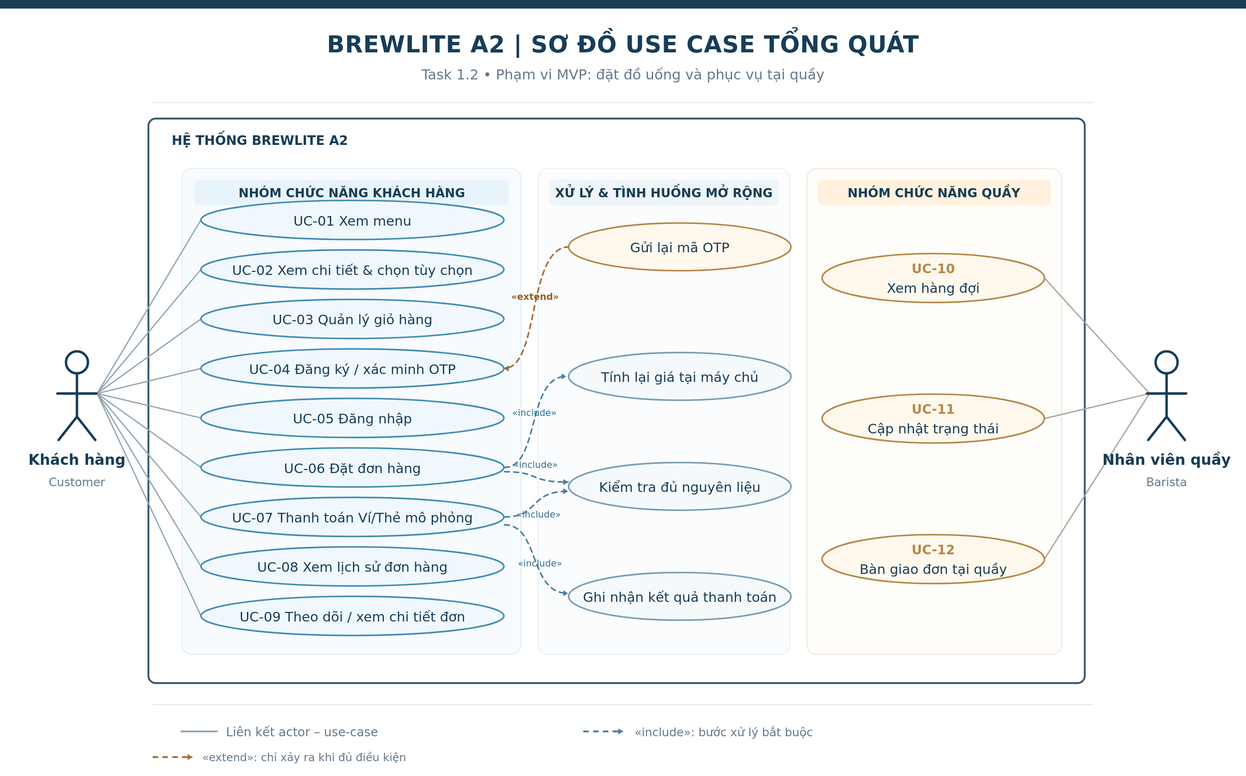
The PlantUML diagram docs/diagrams/use-case-overview.svg in letan01012006/BrewliteA2, before a commit. Its source is kept beside it as docs/diagrams/use-case-overview.puml.
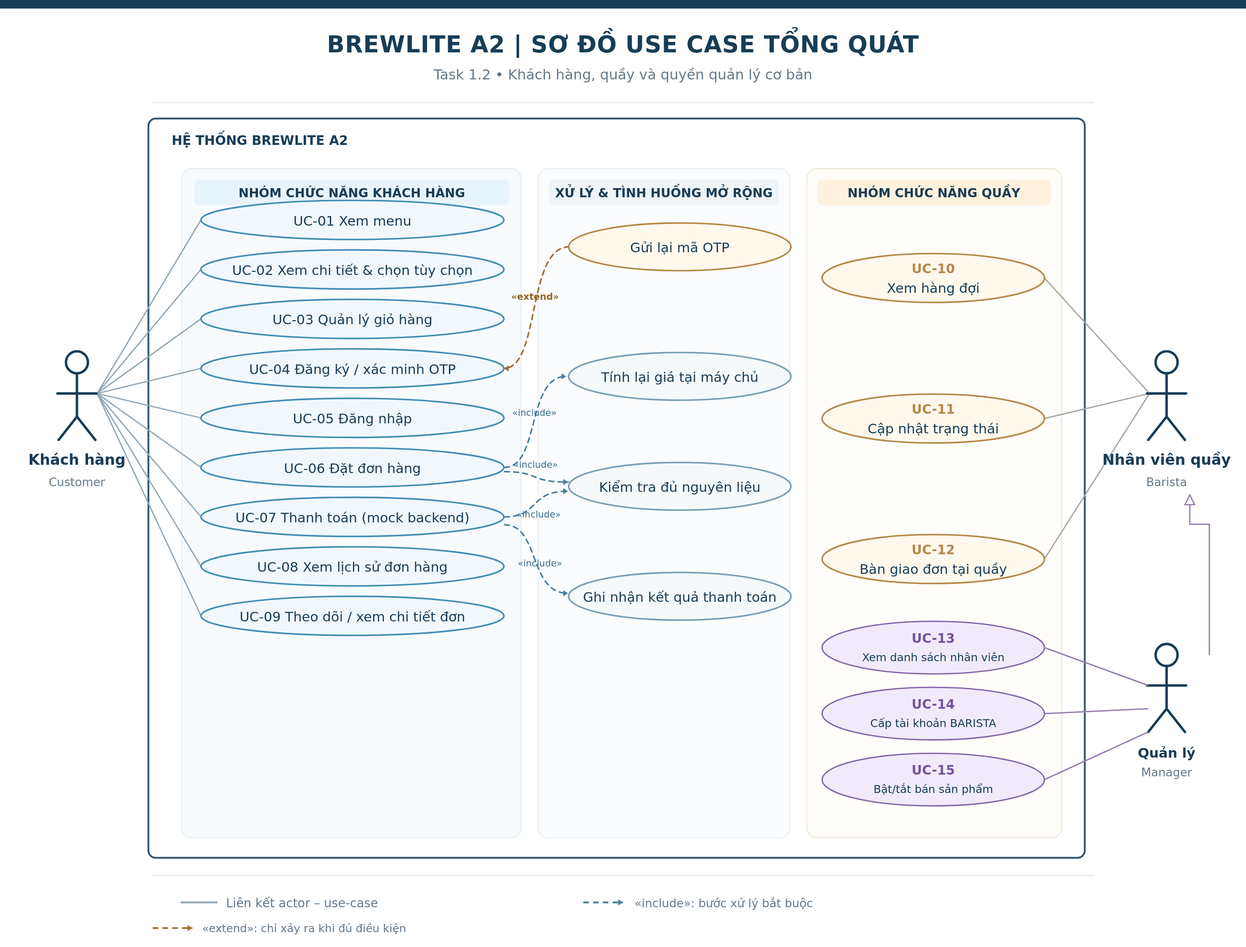
The same file after the commit.

Commit message:
docs: sync requirements diagrams and RBAC with Manager role

What changed in the source:
```diff
@@ -12,6 +12,7 @@
 }
 actor "Khách hàng\n(Customer)" as Customer
 actor "Nhân viên quầy\n(Barista)" as Barista
+actor "Quản lý\n(Manager)" as Manager
 rectangle "HỆ THỐNG BREWLITE A2 — MVP" {
   usecase "UC-01: Xem menu" as UC01
   usecase "UC-02: Xem chi tiết và chọn tùy chọn" as UC02
@@ -19,12 +20,15 @@
   usecase "UC-04: Đăng ký và xác minh OTP" as UC04
   usecase "UC-05: Đăng nhập" as UC05
   usecase "UC-06: Đặt đơn hàng" as UC06
-  usecase "UC-07: Thanh toán Ví/Thẻ mô phỏng" as UC07
+  usecase "UC-07: Thanh toán (mock backend)" as UC07
   usecase "UC-08: Xem lịch sử đơn hàng" as UC08
   usecase "UC-09: Theo dõi / xem chi tiết đơn" as UC09
   usecase "UC-10: Xem hàng đợi" as UC10
   usecase "UC-11: Cập nhật trạng thái" as UC11
   usecase "UC-12: Bàn giao đơn tại quầy" as UC12
+  usecase "UC-13: Xem danh sách nhân viên" as UC13
+  usecase "UC-14: Cấp tài khoản BARISTA" as UC14
+  usecase "UC-15: Bật/tắt bán sản phẩm" as UC15
   usecase "Tính lại giá tại máy chủ" as PRICE
   usecase "Kiểm tra đủ nguyên liệu" as STOCK
   usecase "Ghi nhận kết quả thanh toán" as PAYMENT_RESULT
@@ -42,6 +46,10 @@
 Barista -- UC10
 Barista -- UC11
 Barista -- UC12
+Manager --|> Barista
+Manager -- UC13
+Manager -- UC14
+Manager -- UC15
 UC06 ..> PRICE : <<include>>
 UC06 ..> STOCK : <<include>>
 UC07 ..> STOCK : <<include>>
```
